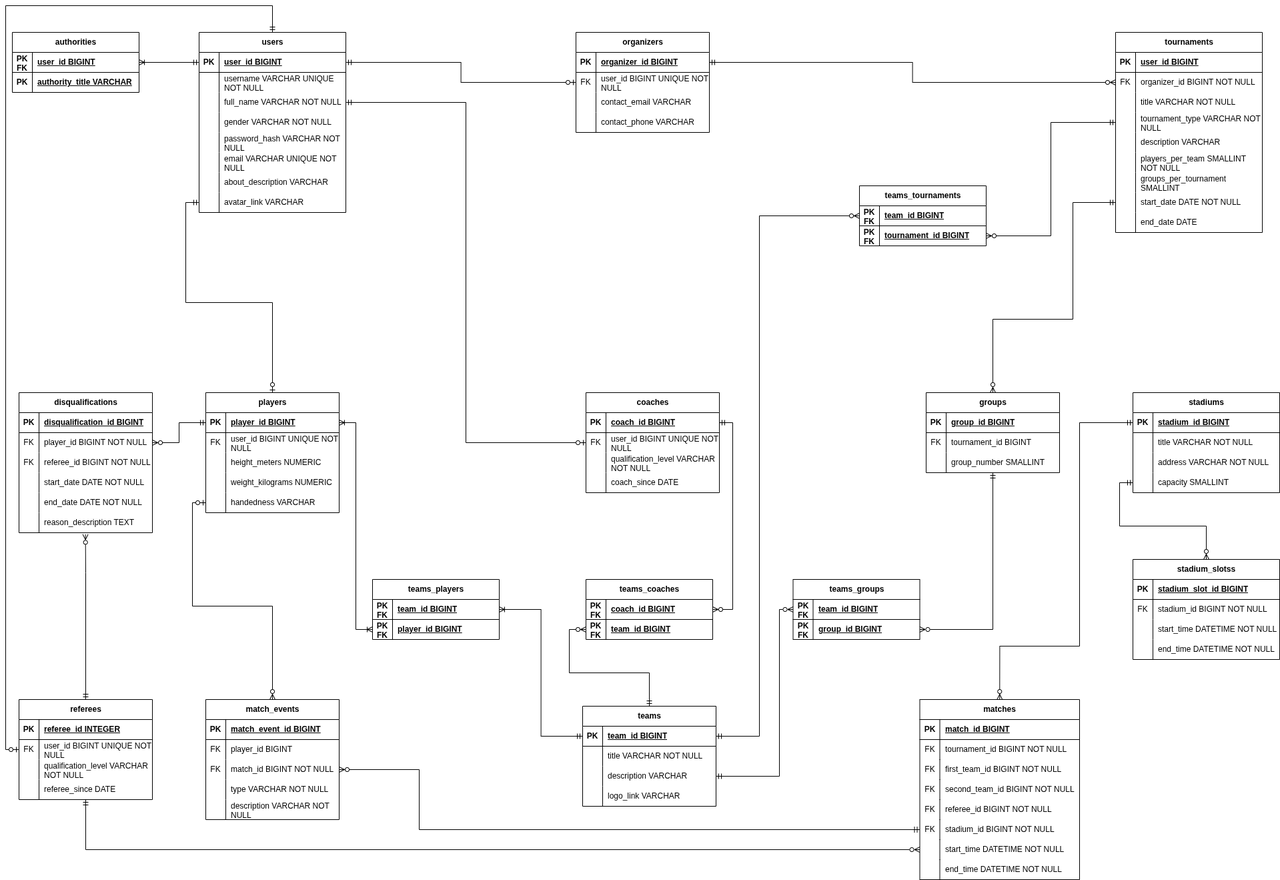
vodobryshkin/is-course-work-0 keeps this draw.io diagram as presentation/logical-model.png. Above is the earlier version. Source tidied: cells renumbered, new cells last; positions are measured from the earlier drawing's top-left corner, leaving out a move shared by most shapes.
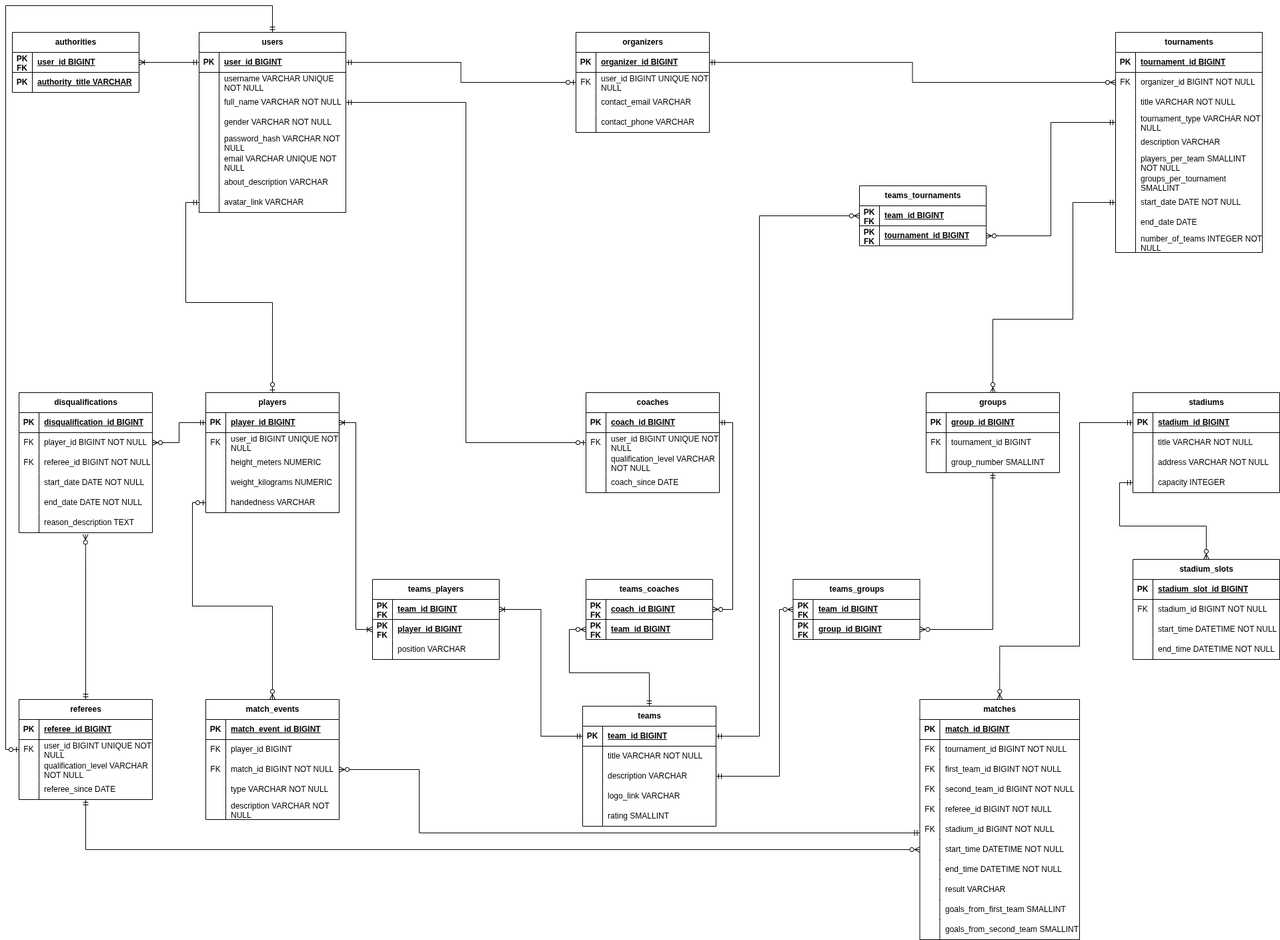
After the commit.

Commit message:
Исправил логическую и концпетуальную модели

What changed in the source:
```diff
@@ -221,7 +221,7 @@
     <mxCell id="72" value="PK" style="shape=partialRectangle;fillColor=none;top=0;left=0;bottom=0;right=0;fontStyle=1;overflow=hidden;whiteSpace=wrap;html=1;" parent="71" vertex="1">
       <mxGeometry width="30" height="30" as="geometry" />
     </mxCell>
-    <mxCell id="73" value="referee_id INTEGER" style="shape=partialRectangle;fillColor=none;top=0;left=0;bottom=0;right=0;align=left;spacingLeft=6;fontStyle=5;overflow=hidden;whiteSpace=wrap;html=1;" parent="71" vertex="1">
+    <mxCell id="73" value="referee_id BIGINT" style="shape=partialRectangle;fillColor=none;top=0;left=0;bottom=0;right=0;align=left;spacingLeft=6;fontStyle=5;overflow=hidden;whiteSpace=wrap;html=1;" parent="71" vertex="1">
       <mxGeometry x="30" width="170" height="30" as="geometry" />
     </mxCell>
     <mxCell id="74" style="shape=tableRow;horizontal=0;startSize=0;swimlaneHead=0;swimlaneBody=0;fillColor=none;points=[[0,0.5],[1,0.5]];portConstraint=eastwest;top=0;left=0;right=0;bottom=0;" parent="70" vertex="1">
@@ -402,7 +402,7 @@
       <mxGeometry x="30" width="160" height="30" as="geometry" />
     </mxCell>
     <mxCell id="133" value="teams_players" style="shape=table;startSize=30;rowLines=0;fontStyle=1;align=center;html=1;" parent="1" vertex="1">
-      <mxGeometry x="550" y="860" width="190" height="90" as="geometry" />
+      <mxGeometry x="550" y="860" width="190" height="120" as="geometry" />
     </mxCell>
     <mxCell id="134" style="shape=tableRow;horizontal=0;startSize=0;swimlaneHead=0;swimlaneBody=0;fillColor=none;points=[[0,0.5],[1,0.5]];portConstraint=eastwest;top=0;left=0;right=0;bottom=1;" parent="133" vertex="1">
       <mxGeometry y="30" width="190" height="30" as="geometry" />
@@ -422,11 +422,20 @@
     <mxCell id="139" value="&lt;b&gt;&lt;u&gt;player_id BIGINT&lt;/u&gt;&lt;/b&gt;" style="shape=partialRectangle;fillColor=none;top=0;left=0;bottom=0;right=0;align=left;spacingLeft=6;overflow=hidden;whiteSpace=wrap;html=1;" parent="137" vertex="1">
       <mxGeometry x="30" width="160" height="30" as="geometry" />
     </mxCell>
+    <mxCell id="276" style="shape=tableRow;horizontal=0;startSize=0;swimlaneHead=0;swimlaneBody=0;fillColor=none;top=0;left=0;right=0;bottom=0;" parent="133" vertex="1">
+      <mxGeometry y="90" width="190" height="30" as="geometry" />
+    </mxCell>
+    <mxCell id="277" value="&lt;b&gt;&lt;br&gt;&lt;/b&gt;" style="shape=partialRectangle;fillColor=none;top=0;left=0;bottom=0;right=0;overflow=hidden;whiteSpace=wrap;html=1;" parent="276" vertex="1">
+      <mxGeometry width="30" height="30" as="geometry" />
+    </mxCell>
+    <mxCell id="278" value="position VARCHAR" style="shape=partialRectangle;fillColor=none;top=0;left=0;bottom=0;right=0;align=left;spacingLeft=6;overflow=hidden;whiteSpace=wrap;html=1;" parent="276" vertex="1">
+      <mxGeometry x="30" width="160" height="30" as="geometry" />
+    </mxCell>
     <mxCell id="140" style="edgeStyle=orthogonalEdgeStyle;rounded=0;jettySize=auto;html=1;entryX=0;entryY=0.5;entryDx=0;entryDy=0;endArrow=ERzeroToMany;endFill=0;startArrow=ERmandOne;startFill=0;" parent="1" edge="1" source="141" target="130">
       <mxGeometry relative="1" as="geometry" />
     </mxCell>
     <mxCell id="141" value="teams" style="shape=table;startSize=30;rowLines=0;fontStyle=1;align=center;html=1;" parent="1" vertex="1">
-      <mxGeometry x="865" y="1050" width="200" height="150" as="geometry" />
+      <mxGeometry x="865" y="1050" width="200" height="180" as="geometry" />
     </mxCell>
     <mxCell id="142" style="shape=tableRow;horizontal=0;startSize=0;swimlaneHead=0;swimlaneBody=0;fillColor=none;points=[[0,0.5],[1,0.5]];portConstraint=eastwest;top=0;left=0;right=0;bottom=1;" parent="141" vertex="1">
       <mxGeometry y="30" width="200" height="30" as="geometry" />
@@ -464,6 +473,15 @@
     <mxCell id="153" value="logo_link VARCHAR" style="shape=partialRectangle;fillColor=none;top=0;left=0;bottom=0;right=0;align=left;spacingLeft=6;overflow=hidden;whiteSpace=wrap;html=1;" parent="151" vertex="1">
       <mxGeometry x="30" width="170" height="30" as="geometry" />
     </mxCell>
+    <mxCell id="279" style="shape=tableRow;horizontal=0;startSize=0;swimlaneHead=0;swimlaneBody=0;fillColor=none;top=0;left=0;right=0;bottom=0;" parent="141" vertex="1">
+      <mxGeometry y="150" width="200" height="30" as="geometry" />
+    </mxCell>
+    <mxCell id="280" style="shape=partialRectangle;fillColor=none;top=0;left=0;bottom=0;right=0;overflow=hidden;whiteSpace=wrap;html=1;" parent="279" vertex="1">
+      <mxGeometry width="30" height="30" as="geometry" />
+    </mxCell>
+    <mxCell id="281" value="rating SMALLINT" style="shape=partialRectangle;fillColor=none;top=0;left=0;bottom=0;right=0;align=left;spacingLeft=6;overflow=hidden;whiteSpace=wrap;html=1;" parent="279" vertex="1">
+      <mxGeometry x="30" width="170" height="30" as="geometry" />
+    </mxCell>
     <mxCell id="154" value="teams_groups" style="shape=table;startSize=30;rowLines=0;fontStyle=1;align=center;html=1;" parent="1" vertex="1">
       <mxGeometry x="1180.5" y="860" width="190" height="90" as="geometry" />
     </mxCell>
@@ -558,7 +576,7 @@
       </mxGeometry>
     </mxCell>
     <mxCell id="181" value="matches" style="shape=table;startSize=30;rowLines=0;fontStyle=1;align=center;html=1;" parent="1" vertex="1">
-      <mxGeometry x="1370.5" y="1040" width="239.5" height="270" as="geometry" />
+      <mxGeometry x="1370.5" y="1040" width="239.5" height="360" as="geometry" />
     </mxCell>
     <mxCell id="182" style="shape=tableRow;horizontal=0;startSize=0;swimlaneHead=0;swimlaneBody=0;fillColor=none;top=0;left=0;right=0;bottom=1;" parent="181" vertex="1">
       <mxGeometry y="30" width="239.5" height="30" as="geometry" />
@@ -632,6 +650,33 @@
     <mxCell id="205" value="end_time DATETIME NOT NULL" style="shape=partialRectangle;fillColor=none;top=0;left=0;bottom=0;right=0;align=left;spacingLeft=6;overflow=hidden;whiteSpace=wrap;html=1;" parent="203" vertex="1">
       <mxGeometry x="30" width="209.5" height="30" as="geometry" />
     </mxCell>
+    <mxCell id="282" style="shape=tableRow;horizontal=0;startSize=0;swimlaneHead=0;swimlaneBody=0;fillColor=none;top=0;left=0;right=0;bottom=0;" parent="181" vertex="1">
+      <mxGeometry y="270" width="239.5" height="30" as="geometry" />
+    </mxCell>
+    <mxCell id="283" style="shape=partialRectangle;fillColor=none;top=0;left=0;bottom=0;right=0;overflow=hidden;whiteSpace=wrap;html=1;" parent="282" vertex="1">
+      <mxGeometry width="30" height="30" as="geometry" />
+    </mxCell>
+    <mxCell id="284" value="result VARCHAR" style="shape=partialRectangle;fillColor=none;top=0;left=0;bottom=0;right=0;align=left;spacingLeft=6;overflow=hidden;whiteSpace=wrap;html=1;" parent="282" vertex="1">
+      <mxGeometry x="30" width="209.5" height="30" as="geometry" />
+    </mxCell>
+    <mxCell id="285" style="shape=tableRow;horizontal=0;startSize=0;swimlaneHead=0;swimlaneBody=0;fillColor=none;top=0;left=0;right=0;bottom=0;" parent="181" vertex="1">
+      <mxGeometry y="300" width="239.5" height="30" as="geometry" />
+    </mxCell>
+    <mxCell id="286" style="shape=partialRectangle;fillColor=none;top=0;left=0;bottom=0;right=0;overflow=hidden;whiteSpace=wrap;html=1;" parent="285" vertex="1">
+      <mxGeometry width="30" height="30" as="geometry" />
+    </mxCell>
+    <mxCell id="287" value="goals_from_first_team SMALLINT" style="shape=partialRectangle;fillColor=none;top=0;left=0;bottom=0;right=0;align=left;spacingLeft=6;overflow=hidden;whiteSpace=wrap;html=1;" parent="285" vertex="1">
+      <mxGeometry x="30" width="209.5" height="30" as="geometry" />
+    </mxCell>
+    <mxCell id="288" style="shape=tableRow;horizontal=0;startSize=0;swimlaneHead=0;swimlaneBody=0;fillColor=none;top=0;left=0;right=0;bottom=0;" parent="181" vertex="1">
+      <mxGeometry y="330" width="239.5" height="30" as="geometry" />
+    </mxCell>
+    <mxCell id="289" style="shape=partialRectangle;fillColor=none;top=0;left=0;bottom=0;right=0;overflow=hidden;whiteSpace=wrap;html=1;" parent="288" vertex="1">
+      <mxGeometry width="30" height="30" as="geometry" />
+    </mxCell>
+    <mxCell id="290" value="goals_from_second_team SMALLINT" style="shape=partialRectangle;fillColor=none;top=0;left=0;bottom=0;right=0;align=left;spacingLeft=6;overflow=hidden;whiteSpace=wrap;html=1;" parent="288" vertex="1">
+      <mxGeometry x="30" width="209.5" height="30" as="geometry" />
+    </mxCell>
     <mxCell id="206" value="stadiums" style="shape=table;startSize=30;rowLines=0;fontStyle=1;align=center;html=1;" parent="1" vertex="1">
       <mxGeometry x="1690" y="580" width="220" height="150" as="geometry" />
     </mxCell>
@@ -668,11 +713,11 @@
     <mxCell id="217" style="shape=partialRectangle;fillColor=none;top=0;left=0;bottom=0;right=0;overflow=hidden;whiteSpace=wrap;html=1;" parent="216" vertex="1">
       <mxGeometry width="30" height="30" as="geometry" />
     </mxCell>
-    <mxCell id="218" value="capacity SMALLINT" style="shape=partialRectangle;fillColor=none;top=0;left=0;bottom=0;right=0;align=left;spacingLeft=6;overflow=hidden;whiteSpace=wrap;html=1;" parent="216" vertex="1">
+    <mxCell id="218" value="capacity INTEGER" style="shape=partialRectangle;fillColor=none;top=0;left=0;bottom=0;right=0;align=left;spacingLeft=6;overflow=hidden;whiteSpace=wrap;html=1;" parent="216" vertex="1">
       <mxGeometry x="30" width="190" height="30" as="geometry" />
     </mxCell>
     <mxCell id="219" value="tournaments" style="shape=table;startSize=30;rowLines=0;fontStyle=1;align=center;html=1;" parent="1" vertex="1">
-      <mxGeometry x="1664" y="40" width="220" height="300" as="geometry" />
+      <mxGeometry x="1664" y="40" width="220" height="330" as="geometry" />
     </mxCell>
     <mxCell id="220" style="shape=tableRow;horizontal=0;startSize=0;swimlaneHead=0;swimlaneBody=0;fillColor=none;top=0;left=0;right=0;bottom=1;" parent="219" vertex="1">
       <mxGeometry y="30" width="220" height="30" as="geometry" />
@@ -680,7 +725,7 @@
     <mxCell id="221" value="PK" style="shape=partialRectangle;fillColor=none;top=0;left=0;bottom=0;right=0;fontStyle=1;overflow=hidden;whiteSpace=wrap;html=1;" parent="220" vertex="1">
       <mxGeometry width="30" height="30" as="geometry" />
     </mxCell>
-    <mxCell id="222" value="user_id BIGINT" style="shape=partialRectangle;fillColor=none;top=0;left=0;bottom=0;right=0;align=left;spacingLeft=6;fontStyle=5;overflow=hidden;whiteSpace=wrap;html=1;" parent="220" vertex="1">
+    <mxCell id="222" value="tournament_id BIGINT" style="shape=partialRectangle;fillColor=none;top=0;left=0;bottom=0;right=0;align=left;spacingLeft=6;fontStyle=5;overflow=hidden;whiteSpace=wrap;html=1;" parent="220" vertex="1">
       <mxGeometry x="30" width="190" height="30" as="geometry" />
     </mxCell>
     <mxCell id="223" style="shape=tableRow;horizontal=0;startSize=0;swimlaneHead=0;swimlaneBody=0;fillColor=none;points=[[0,0.5],[1,0.5]];portConstraint=eastwest;top=0;left=0;right=0;bottom=0;" parent="219" vertex="1">
@@ -755,6 +800,15 @@
     <mxCell id="246" value="end_date DATE" style="shape=partialRectangle;fillColor=none;top=0;left=0;bottom=0;right=0;align=left;spacingLeft=6;overflow=hidden;whiteSpace=wrap;html=1;" parent="244" vertex="1">
       <mxGeometry x="30" width="190" height="30" as="geometry" />
     </mxCell>
+    <mxCell id="291" style="shape=tableRow;horizontal=0;startSize=0;swimlaneHead=0;swimlaneBody=0;fillColor=none;top=0;left=0;right=0;bottom=0;" parent="219" vertex="1">
+      <mxGeometry y="300" width="220" height="30" as="geometry" />
+    </mxCell>
+    <mxCell id="292" style="shape=partialRectangle;fillColor=none;top=0;left=0;bottom=0;right=0;overflow=hidden;whiteSpace=wrap;html=1;" parent="291" vertex="1">
+      <mxGeometry width="30" height="30" as="geometry" />
+    </mxCell>
+    <mxCell id="293" value="number_of_teams INTEGER NOT NULL" style="shape=partialRectangle;fillColor=none;top=0;left=0;bottom=0;right=0;align=left;spacingLeft=6;overflow=hidden;whiteSpace=wrap;html=1;" parent="291" vertex="1">
+      <mxGeometry x="30" width="190" height="30" as="geometry" />
+    </mxCell>
     <mxCell id="247" style="edgeStyle=orthogonalEdgeStyle;rounded=0;jettySize=auto;html=1;entryX=1;entryY=0.5;entryDx=0;entryDy=0;endArrow=ERoneToMany;endFill=0;startArrow=ERmandOne;startFill=0;" parent="1" edge="1" source="11" target="3">
       <mxGeometry relative="1" as="geometry" />
     </mxCell>
@@ -794,7 +848,7 @@
     <mxCell id="256" style="edgeStyle=orthogonalEdgeStyle;rounded=0;jettySize=auto;html=1;entryX=1;entryY=0.5;entryDx=0;entryDy=0;endArrow=ERzeroToMany;endFill=0;startArrow=ERmandOne;startFill=0;" parent="1" edge="1" source="197" target="91">
       <mxGeometry relative="1" as="geometry">
         <Array as="points">
-          <mxPoint x="620" y="1235" />
+          <mxPoint x="620" y="1240" />
           <mxPoint x="620" y="1145" />
         </Array>
       </mxGeometry>
@@ -802,7 +856,7 @@
     <mxCell id="257" style="edgeStyle=orthogonalEdgeStyle;rounded=0;jettySize=auto;html=1;entryX=0;entryY=0.5;entryDx=0;entryDy=0;endArrow=ERzeroToOne;endFill=0;startArrow=ERmandOne;startFill=0;" parent="1" edge="1" source="11" target="104">
       <mxGeometry relative="1" as="geometry" />
     </mxCell>
-    <mxCell id="258" value="stadium_slotss" style="shape=table;startSize=30;rowLines=0;fontStyle=1;align=center;html=1;" parent="1" vertex="1">
+    <mxCell id="258" value="stadium_slots" style="shape=table;startSize=30;rowLines=0;fontStyle=1;align=center;html=1;" parent="1" vertex="1">
       <mxGeometry x="1690" y="830" width="220" height="150" as="geometry" />
     </mxCell>
     <mxCell id="259" style="shape=tableRow;horizontal=0;startSize=0;swimlaneHead=0;swimlaneBody=0;fillColor=none;top=0;left=0;right=0;bottom=1;" parent="258" vertex="1">
```
